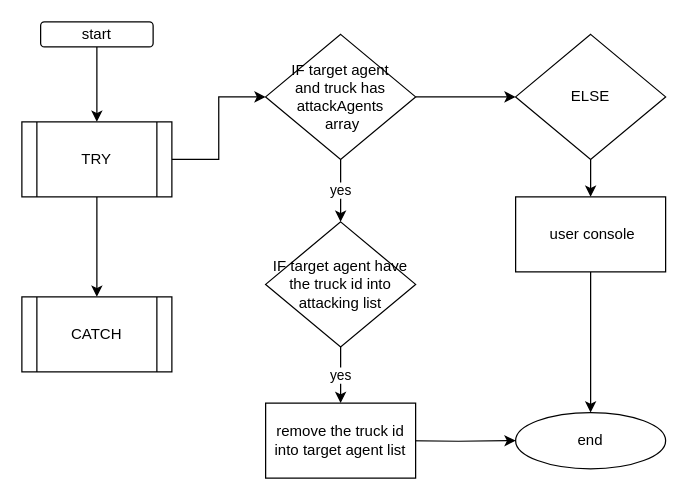
This is foodtruck/removeAttackingAgentId.drawio from sivagit/diagrams, a draw.io file, before an edit. Source tidied: cells renumbered, new cells numbered last; positions are measured from the earlier drawing's top-left corner, leaving out a move shared by most shapes. Both pictures are drawn from the tidied source at 125%, with x=0, y=0 at pixel (21, 21).
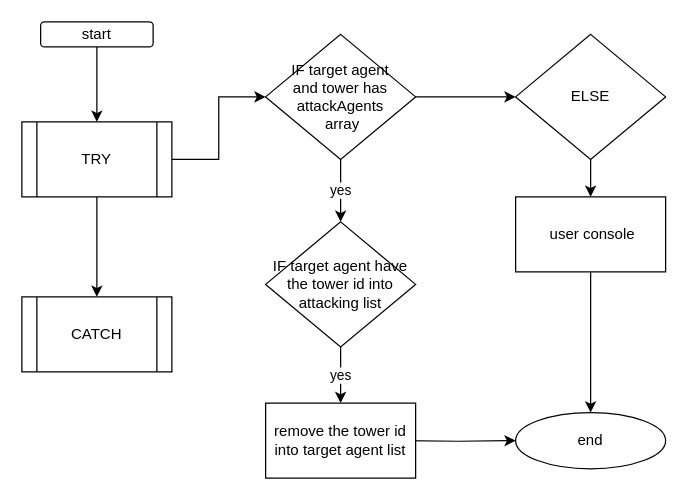
The same diagram, later.

The edit, as a diff of the source:
```diff
@@
-    <mxCell id="10" value="IF target agent &lt;br&gt;and truck has attackAgents&lt;br&gt;&amp;nbsp;array" style="rhombus;whiteSpace=wrap;html=1;" parent="1" vertex="1">
+    <mxCell id="10" value="IF target agent &lt;br&gt;and tower has attackAgents&lt;br&gt;&amp;nbsp;array" style="rhombus;whiteSpace=wrap;html=1;" parent="1" vertex="1">
       <mxGeometry x="195" y="10" width="120" height="100" as="geometry" />
     </mxCell>
@@
-    <mxCell id="12" value="IF target agent have the truck id into attacking list" style="rhombus;whiteSpace=wrap;html=1;" parent="1" vertex="1">
+    <mxCell id="12" value="IF target agent have the tower id into attacking list" style="rhombus;whiteSpace=wrap;html=1;" parent="1" vertex="1">
       <mxGeometry x="195" y="160" width="120" height="100" as="geometry" />
     </mxCell>
@@
-    <mxCell id="19" value="remove the truck id into target agent list" style="rounded=0;whiteSpace=wrap;html=1;" parent="1" vertex="1">
+    <mxCell id="19" value="remove the tower id into target agent list" style="rounded=0;whiteSpace=wrap;html=1;" parent="1" vertex="1">
       <mxGeometry x="195" y="305" width="120" height="60" as="geometry" />
     </mxCell>
```
